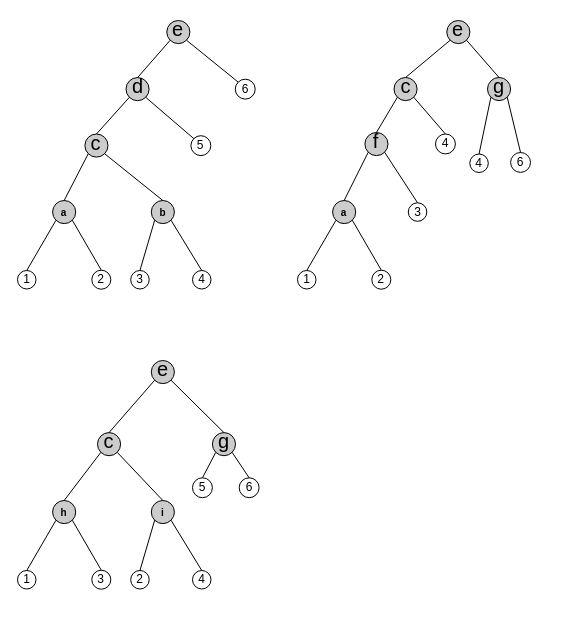
Above: img/Fig5.drawio in tahiri-lab/PrismTree (draw.io), before the change. Source tidied: cells renumbered, new cells numbered last; positions are measured from the earlier drawing's top-left corner, leaving out a move shared by most shapes. Both pictures are drawn from the tidied source at 100%, with x=0, y=0 at pixel (17, 20).
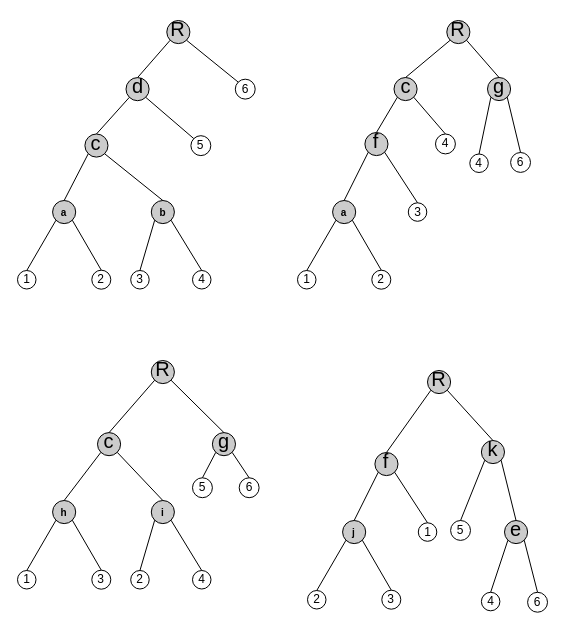
The same diagram, later.

Unchanged cells that the change refers to:
```xml
<mxCell id="2" style="group;" parent="1" vertex="1">
  <mxGeometry width="240" height="270.3" as="geometry" />
</mxCell>
<mxCell id="24" style="group;" parent="1" vertex="1">
  <mxGeometry x="280" width="240" height="270.3" as="geometry" />
</mxCell>
<mxCell id="46" style="group;" parent="1" vertex="1">
  <mxGeometry y="300" width="240" height="270.3" as="geometry" />
</mxCell>
```

What changed in the source:
```diff
@@
-    <mxCell id="4" value="&lt;span style=&quot;font-size: 20px;&quot;&gt;&lt;font style=&quot;font-size: 20px;&quot;&gt;e&lt;/font&gt;&lt;br style=&quot;font-size: 20px;&quot;&gt;&lt;/span&gt;" style="ellipse;whiteSpace=wrap;html=1;fontSize=20;fillColor=#CCCCCC;verticalAlign=bottom;fontStyle=0;" parent="2" vertex="1">
+    <mxCell id="4" value="&lt;span style=&quot;font-size: 20px;&quot;&gt;&lt;font style=&quot;font-size: 20px;&quot;&gt;R&lt;/font&gt;&lt;br style=&quot;font-size: 20px;&quot;&gt;&lt;/span&gt;" style="ellipse;whiteSpace=wrap;html=1;fontSize=20;fillColor=#CCCCCC;verticalAlign=bottom;fontStyle=0;" parent="2" vertex="1">
       <mxGeometry x="149.3" width="23.1" height="23.1" as="geometry" />
     </mxCell>
@@
-    <mxCell id="25" value="&lt;span style=&quot;font-size: 20px;&quot;&gt;&lt;font style=&quot;font-size: 20px;&quot;&gt;e&lt;/font&gt;&lt;br style=&quot;font-size: 20px;&quot;&gt;&lt;/span&gt;" style="ellipse;whiteSpace=wrap;html=1;fontSize=20;fillColor=#CCCCCC;verticalAlign=bottom;fontStyle=0;" parent="24" vertex="1">
+    <mxCell id="25" value="&lt;span style=&quot;font-size: 20px;&quot;&gt;&lt;font style=&quot;font-size: 20px;&quot;&gt;R&lt;/font&gt;&lt;br style=&quot;font-size: 20px;&quot;&gt;&lt;/span&gt;" style="ellipse;whiteSpace=wrap;html=1;fontSize=20;fillColor=#CCCCCC;verticalAlign=bottom;fontStyle=0;" parent="24" vertex="1">
       <mxGeometry x="149.3" width="23.1" height="23.1" as="geometry" />
     </mxCell>
@@
-    <mxCell id="48" value="&lt;span style=&quot;font-size: 20px;&quot;&gt;&lt;font style=&quot;font-size: 20px;&quot;&gt;e&lt;/font&gt;&lt;br style=&quot;font-size: 20px;&quot;&gt;&lt;/span&gt;" style="ellipse;whiteSpace=wrap;html=1;fontSize=20;fillColor=#CCCCCC;verticalAlign=bottom;fontStyle=0;" parent="46" vertex="1">
+    <mxCell id="48" value="&lt;span style=&quot;font-size: 20px;&quot;&gt;&lt;font style=&quot;font-size: 20px;&quot;&gt;R&lt;/font&gt;&lt;br style=&quot;font-size: 20px;&quot;&gt;&lt;/span&gt;" style="ellipse;whiteSpace=wrap;html=1;fontSize=20;fillColor=#CCCCCC;verticalAlign=bottom;fontStyle=0;" parent="46" vertex="1">
       <mxGeometry x="133.8" y="40" width="23.1" height="23.1" as="geometry" />
     </mxCell>
@@
+    <mxCell id="68" style="group;" parent="1" vertex="1">
+      <mxGeometry x="290" y="320" width="240" height="270.3" as="geometry" />
+    </mxCell>
+    <mxCell id="69" value="&lt;span style=&quot;font-size: 20px;&quot;&gt;&lt;font style=&quot;font-size: 20px;&quot;&gt;R&lt;/font&gt;&lt;br style=&quot;font-size: 20px;&quot;&gt;&lt;/span&gt;" style="ellipse;whiteSpace=wrap;html=1;fontSize=20;fillColor=#CCCCCC;verticalAlign=bottom;fontStyle=0;" parent="68" vertex="1">
+      <mxGeometry x="120" y="30" width="23.1" height="23.1" as="geometry" />
+    </mxCell>
+    <mxCell id="70" value="2" style="ellipse;whiteSpace=wrap;html=1;fontSize=12;" parent="68" vertex="1">
+      <mxGeometry y="250" width="18.5" height="18.5" as="geometry" />
+    </mxCell>
+    <mxCell id="71" value="1" style="ellipse;whiteSpace=wrap;html=1;fontSize=12;" parent="68" vertex="1">
+      <mxGeometry x="110.8" y="182.3" width="18.5" height="18.5" as="geometry" />
+    </mxCell>
+    <mxCell id="72" value="4" style="ellipse;whiteSpace=wrap;html=1;fontSize=12;" parent="68" vertex="1">
+      <mxGeometry x="173.9" y="251.8" width="18.5" height="18.5" as="geometry" />
+    </mxCell>
+    <mxCell id="73" value="5" style="ellipse;whiteSpace=wrap;html=1;fontSize=12;" parent="68" vertex="1">
+      <mxGeometry x="143.1" y="180" width="19.9" height="19.9" as="geometry" />
+    </mxCell>
+    <mxCell id="74" value="&lt;b style=&quot;font-size: 10px;&quot;&gt;j&lt;br style=&quot;font-size: 10px;&quot;&gt;&lt;/b&gt;" style="ellipse;whiteSpace=wrap;html=1;fontSize=10;fillColor=#CCCCCC;" parent="68" vertex="1">
+      <mxGeometry x="35.1" y="180" width="23.1" height="23.1" as="geometry" />
+    </mxCell>
+    <mxCell id="75" value="3" style="ellipse;whiteSpace=wrap;html=1;fontSize=12;" parent="68" vertex="1">
+      <mxGeometry x="74.3" y="249.7" width="19" height="19" as="geometry" />
+    </mxCell>
+    <mxCell id="76" value="&lt;span style=&quot;font-size: 20px;&quot;&gt;&lt;font style=&quot;font-size: 20px;&quot;&gt;k&lt;/font&gt;&lt;br style=&quot;font-size: 20px;&quot;&gt;&lt;/span&gt;" style="ellipse;whiteSpace=wrap;html=1;fontSize=20;fillColor=#CCCCCC;verticalAlign=bottom;fontStyle=0;" parent="68" vertex="1">
+      <mxGeometry x="173.9" y="100" width="23.1" height="23.1" as="geometry" />
+    </mxCell>
+    <mxCell id="77" value="&lt;span style=&quot;font-size: 20px;&quot;&gt;&lt;span style=&quot;font-size: 20px;&quot;&gt;f&lt;/span&gt;&lt;br style=&quot;font-size: 20px;&quot;&gt;&lt;/span&gt;" style="ellipse;whiteSpace=wrap;html=1;fontSize=20;fillColor=#CCCCCC;align=center;verticalAlign=bottom;fontStyle=0;" parent="68" vertex="1">
+      <mxGeometry x="67.4" y="112" width="23.1" height="23.1" as="geometry" />
+    </mxCell>
+    <mxCell id="78" style="endArrow=none;html=1;rounded=0;entryX=1;entryY=1;entryDx=0;entryDy=0;exitX=0.5;exitY=0;exitDx=0;exitDy=0;" parent="68" edge="1" source="75" target="74">
+      <mxGeometry relative="1" as="geometry" />
+    </mxCell>
+    <mxCell id="79" style="endArrow=none;html=1;rounded=0;exitX=0;exitY=1;exitDx=0;exitDy=0;entryX=0.5;entryY=0;entryDx=0;entryDy=0;" parent="68" edge="1" source="74" target="70">
+      <mxGeometry relative="1" as="geometry" />
+    </mxCell>
+    <mxCell id="80" style="endArrow=none;html=1;rounded=0;entryX=0;entryY=1;entryDx=0;entryDy=0;exitX=0.5;exitY=0;exitDx=0;exitDy=0;" parent="68" edge="1" source="73" target="76">
+      <mxGeometry relative="1" as="geometry" />
+    </mxCell>
+    <mxCell id="81" style="endArrow=none;html=1;rounded=0;entryX=0;entryY=1;entryDx=0;entryDy=0;exitX=0.5;exitY=0;exitDx=0;exitDy=0;" parent="68" edge="1" source="74" target="77">
+      <mxGeometry relative="1" as="geometry" />
+    </mxCell>
+    <mxCell id="82" style="endArrow=none;html=1;rounded=0;entryX=0;entryY=1;entryDx=0;entryDy=0;exitX=0.5;exitY=0;exitDx=0;exitDy=0;" parent="68" edge="1" source="77" target="69">
+      <mxGeometry relative="1" as="geometry" />
+    </mxCell>
+    <mxCell id="83" style="endArrow=none;html=1;rounded=0;entryX=1;entryY=1;entryDx=0;entryDy=0;exitX=0.5;exitY=0;exitDx=0;exitDy=0;" parent="68" edge="1" source="71" target="77">
+      <mxGeometry relative="1" as="geometry" />
+    </mxCell>
+    <mxCell id="84" style="endArrow=none;html=1;rounded=0;entryX=0.5;entryY=0;entryDx=0;entryDy=0;exitX=0;exitY=1;exitDx=0;exitDy=0;" parent="68" edge="1" source="85" target="72">
+      <mxGeometry relative="1" as="geometry" />
+    </mxCell>
+    <mxCell id="85" value="&lt;span style=&quot;font-size: 20px;&quot;&gt;&lt;font style=&quot;font-size: 20px;&quot;&gt;e&lt;/font&gt;&lt;br style=&quot;font-size: 20px;&quot;&gt;&lt;/span&gt;" style="ellipse;whiteSpace=wrap;html=1;fontSize=20;fillColor=#CCCCCC;verticalAlign=bottom;fontStyle=0;" parent="68" vertex="1">
+      <mxGeometry x="197" y="180" width="23.1" height="23.1" as="geometry" />
+    </mxCell>
+    <mxCell id="86" style="endArrow=none;html=1;rounded=0;entryX=1;entryY=1;entryDx=0;entryDy=0;exitX=0.5;exitY=0;exitDx=0;exitDy=0;" parent="68" edge="1" source="76" target="69">
+      <mxGeometry relative="1" as="geometry" />
+    </mxCell>
+    <mxCell id="87" value="6" style="ellipse;whiteSpace=wrap;html=1;fontSize=12;" parent="68" vertex="1">
+      <mxGeometry x="220.1" y="251.8" width="19.9" height="19.9" as="geometry" />
+    </mxCell>
+    <mxCell id="88" style="endArrow=none;html=1;rounded=0;entryX=1;entryY=1;entryDx=0;entryDy=0;exitX=0.5;exitY=0;exitDx=0;exitDy=0;" parent="68" edge="1" source="87" target="85">
+      <mxGeometry relative="1" as="geometry" />
+    </mxCell>
+    <mxCell id="89" style="endArrow=none;html=1;rounded=0;entryX=0.5;entryY=0;entryDx=0;entryDy=0;exitX=1;exitY=1;exitDx=0;exitDy=0;" parent="68" edge="1" source="76" target="85">
+      <mxGeometry relative="1" as="geometry" />
+    </mxCell>
```
